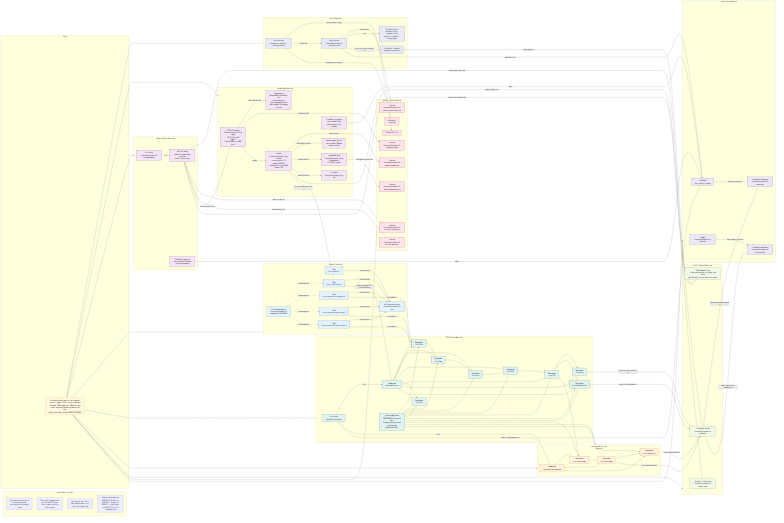
The Mermaid diagram docs/design/platform/dev_full/graph/readiness/dev_full_platform_resources_production_ready_current_v0.mermaid.png in EsosaOrumwese/fraud-detection-system, before a commit. Its source is kept beside it as docs/design/platform/dev_full/graph/readiness/dev_full_platform_resources_production_ready_current_v0.mermaid.mmd.
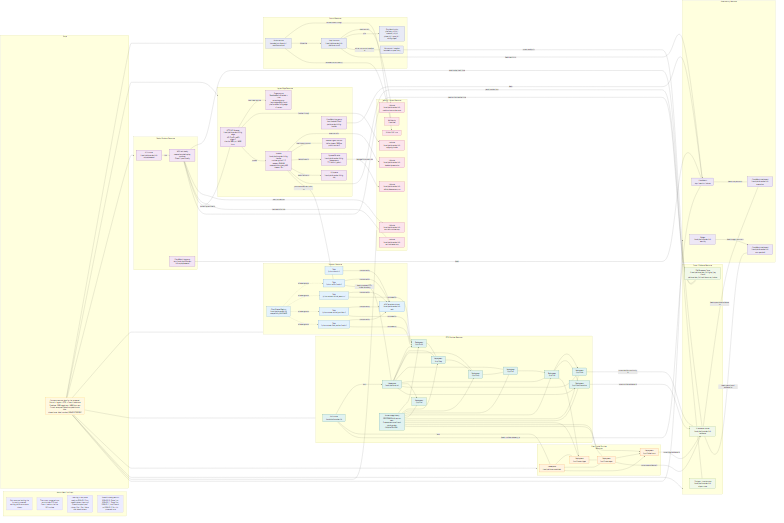
After the change.

What changed in the source:
```diff
@@ -8,7 +8,7 @@
   subgraph LEGEND["How to Read This Graph"]
     L1["Only resources backing the currently promoted working-platform core are shown"]
     L2["The current promoted core now includes RTDL and Case + Label on the live EKS runtime"]
-    L3["Learning and Ops / Gov / Meta remain absent until their own phases close"]
+    L3["Learning is now plane-ready on 2026-03-12 but remains absent here until Phase 6 coupled proof closes; Ops / Gov / Meta also remain absent"]
     L4["Phase 0 closed green on 2026-03-10, Phase 1 on 2026-03-11, Phase 3 on 2026-03-11, and Phase 4 on 2026-03-12 for this promoted core"]
   end
 
```
